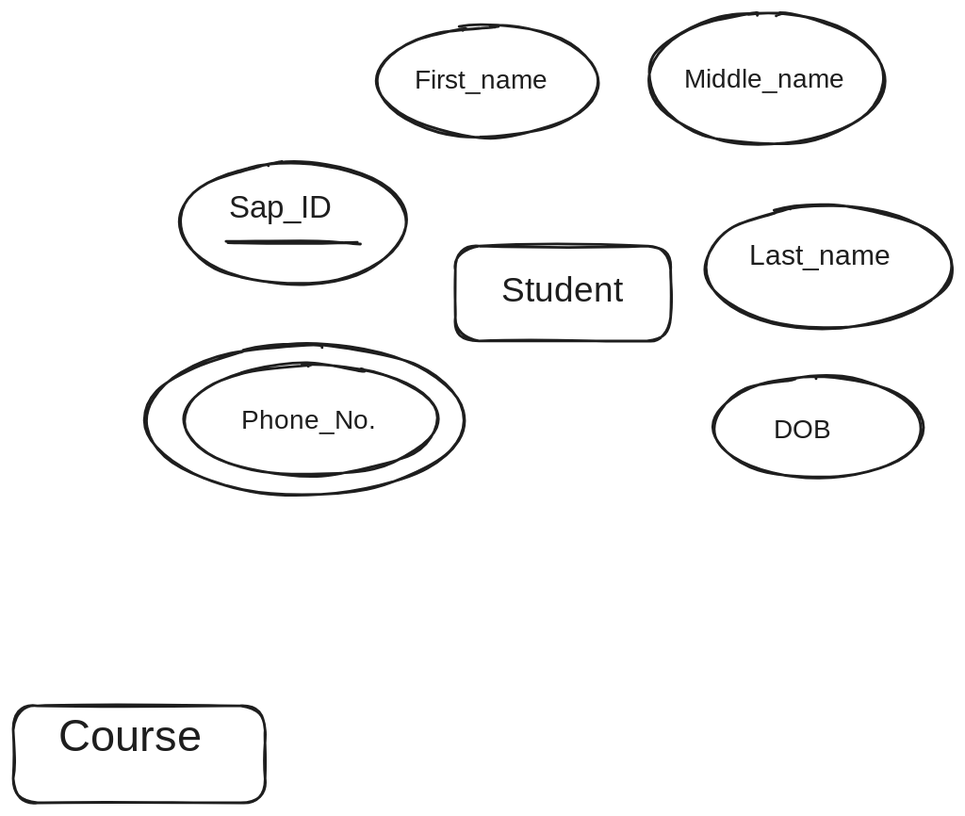
P7XCKD/NF keeps this Excalidraw diagram as Notes Factory/Semister 3/Rough Work/t1.excalidraw.svg. Above is the earlier version. Source tidied: one line per element, renumbered; positions are measured from the earlier drawing's top-left corner, leaving out a move shared by most shapes.
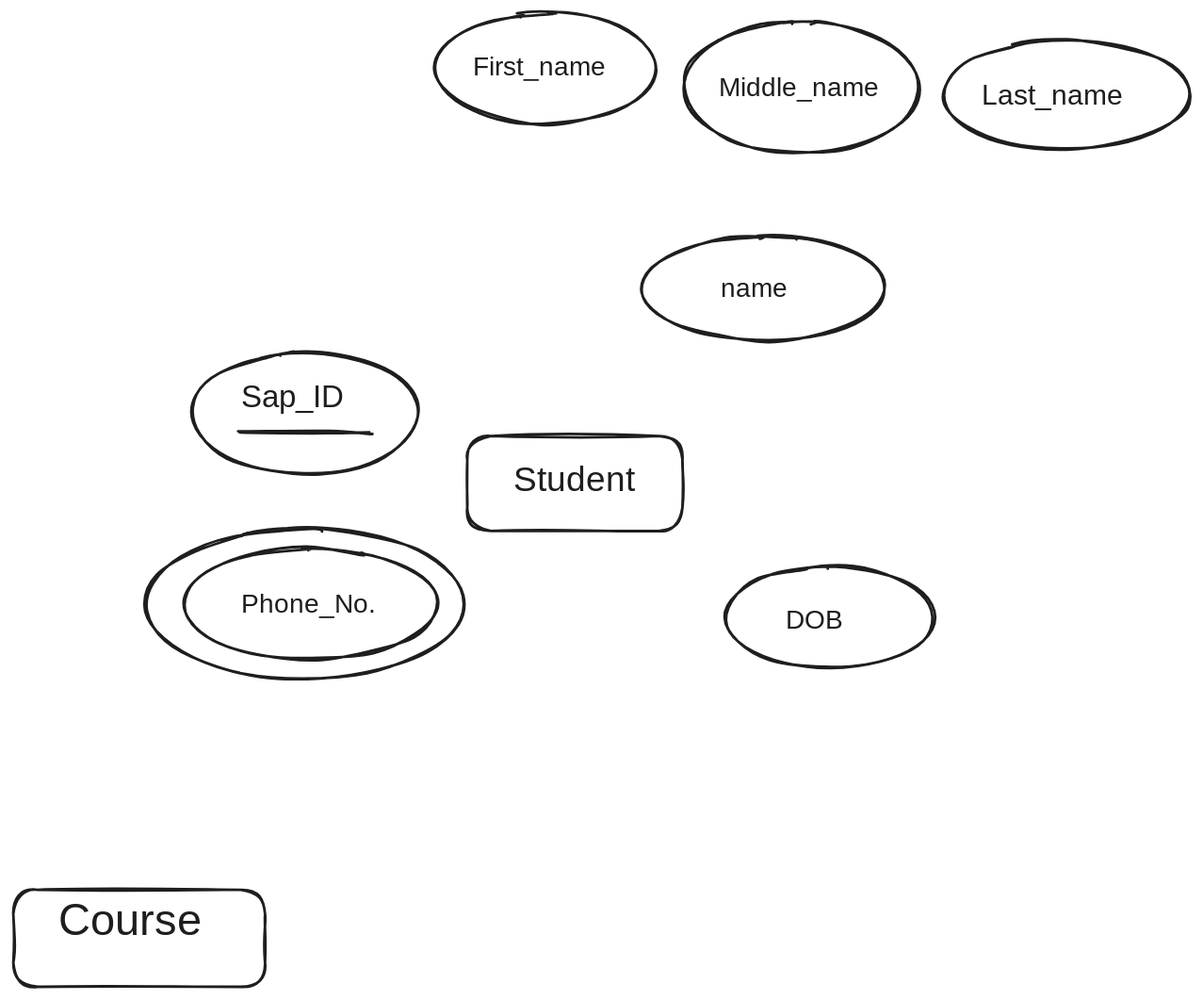
The same file after the commit.

What changed in the source:
```diff
@@ -1,18 +1,20 @@
 {"id": 0, "type": "rectangle", "strokeColor": "#1e1e1e", "strokeWidth": 2, "roughness": 1, "round": true, "x": 0, "y": 525, "width": 191, "height": 74}
 {"id": 1, "type": "text", "text": "Course", "strokeColor": "#1e1e1e", "strokeWidth": 2, "roughness": 1, "fontSize": 33.68, "fontFamily": 1, "x": 34, "y": 529, "width": 111, "height": 42}
-{"id": 2, "type": "rectangle", "strokeColor": "#1e1e1e", "strokeWidth": 2, "roughness": 1, "round": true, "x": 335, "y": 176, "width": 163, "height": 72}
+{"id": 2, "type": "rectangle", "strokeColor": "#1e1e1e", "strokeWidth": 2, "roughness": 1, "round": true, "x": 344, "y": 181, "width": 163, "height": 72}
-{"id": 3, "type": "text", "text": "Student", "strokeColor": "#1e1e1e", "strokeWidth": 2, "roughness": 1, "fontSize": 26.25, "fontFamily": 1, "x": 370, "y": 195, "width": 102, "height": 33}
+{"id": 3, "type": "text", "text": "Student", "strokeColor": "#1e1e1e", "strokeWidth": 2, "roughness": 1, "fontSize": 26.25, "fontFamily": 1, "x": 379, "y": 199, "width": 102, "height": 33}
-{"id": 4, "type": "ellipse", "strokeColor": "#1e1e1e", "strokeWidth": 2, "roughness": 1, "round": true, "x": 126, "y": 113, "width": 172, "height": 91}
+{"id": 4, "type": "ellipse", "strokeColor": "#1e1e1e", "strokeWidth": 2, "roughness": 1, "round": true, "x": 135, "y": 118, "width": 172, "height": 91}
-{"id": 5, "type": "text", "text": "Sap_ID", "strokeColor": "#1e1e1e", "strokeWidth": 2, "roughness": 1, "fontSize": 23.41, "fontFamily": 1, "x": 163, "y": 133, "width": 92, "height": 29}
+{"id": 5, "type": "text", "text": "Sap_ID", "strokeColor": "#1e1e1e", "strokeWidth": 2, "roughness": 1, "fontSize": 23.41, "fontFamily": 1, "x": 172, "y": 138, "width": 92, "height": 29}
-{"id": 6, "type": "line", "strokeColor": "#1e1e1e", "strokeWidth": 2, "roughness": 1, "round": true, "x": 163, "y": 174, "width": 99, "height": 0, "points": [[0, 0], [67, 0], [99, 0]]}
+{"id": 6, "type": "line", "strokeColor": "#1e1e1e", "strokeWidth": 2, "roughness": 1, "round": true, "x": 172, "y": 178, "width": 99, "height": 0, "points": [[0, 0], [67, 0], [99, 0]]}
-{"id": 7, "type": "ellipse", "strokeColor": "#1e1e1e", "strokeWidth": 2, "roughness": 1, "round": true, "x": 276, "y": 10, "width": 167, "height": 84}
+{"id": 7, "type": "ellipse", "strokeColor": "#1e1e1e", "strokeWidth": 2, "roughness": 1, "round": true, "x": 320, "y": -139, "width": 167, "height": 84}
-{"id": 8, "type": "ellipse", "strokeColor": "#1e1e1e", "strokeWidth": 2, "roughness": 1, "round": true, "x": 481, "y": 0, "width": 178, "height": 100}
+{"id": 8, "type": "ellipse", "strokeColor": "#1e1e1e", "strokeWidth": 2, "roughness": 1, "round": true, "x": 508, "y": -133, "width": 178, "height": 100}
-{"id": 9, "type": "text", "text": "First_name", "strokeColor": "#1e1e1e", "strokeWidth": 2, "roughness": 1, "fontSize": 20, "fontFamily": 1, "x": 304, "y": 40, "width": 109, "height": 25}
+{"id": 9, "type": "text", "text": "First_name", "strokeColor": "#1e1e1e", "strokeWidth": 2, "roughness": 1, "fontSize": 20, "fontFamily": 1, "x": 348, "y": -110, "width": 109, "height": 25}
-{"id": 10, "type": "ellipse", "strokeColor": "#1e1e1e", "strokeWidth": 2, "roughness": 1, "round": true, "x": 524, "y": 146, "width": 187, "height": 93}
+{"id": 10, "type": "ellipse", "strokeColor": "#1e1e1e", "strokeWidth": 2, "roughness": 1, "round": true, "x": 705, "y": -119, "width": 187, "height": 82}
-{"id": 11, "type": "text", "text": "Middle_name", "strokeColor": "#1e1e1e", "strokeWidth": 2, "roughness": 1, "fontSize": 20, "fontFamily": 1, "x": 508, "y": 39, "width": 121, "height": 25}
+{"id": 11, "type": "text", "text": "Middle_name", "strokeColor": "#1e1e1e", "strokeWidth": 2, "roughness": 1, "fontSize": 20, "fontFamily": 1, "x": 535, "y": -94, "width": 121, "height": 25}
-{"id": 12, "type": "text", "text": "Last_name", "strokeColor": "#1e1e1e", "strokeWidth": 2, "roughness": 1, "fontSize": 21.68, "fontFamily": 1, "x": 558, "y": 171, "width": 120, "height": 27}
+{"id": 12, "type": "text", "text": "Last_name", "strokeColor": "#1e1e1e", "strokeWidth": 2, "roughness": 1, "fontSize": 21.68, "fontFamily": 1, "x": 734, "y": -89, "width": 119, "height": 27}
-{"id": 13, "type": "ellipse", "strokeColor": "#1e1e1e", "strokeWidth": 2, "roughness": 1, "round": true, "x": 531, "y": 275, "width": 158, "height": 77}
+{"id": 13, "type": "ellipse", "strokeColor": "#1e1e1e", "strokeWidth": 2, "roughness": 1, "round": true, "x": 540, "y": 280, "width": 158, "height": 77}
-{"id": 14, "type": "text", "text": "DOB", "strokeColor": "#1e1e1e", "strokeWidth": 2, "roughness": 1, "fontSize": 20, "fontFamily": 1, "x": 577, "y": 305, "width": 45, "height": 25}
+{"id": 14, "type": "text", "text": "DOB", "strokeColor": "#1e1e1e", "strokeWidth": 2, "roughness": 1, "fontSize": 20, "fontFamily": 1, "x": 586, "y": 309, "width": 45, "height": 25}
 {"id": 15, "type": "ellipse", "strokeColor": "#1e1e1e", "strokeWidth": 2, "roughness": 1, "round": true, "x": 129, "y": 266, "width": 192, "height": 84}
 {"id": 16, "type": "text", "text": "Phone_No.", "strokeColor": "#1e1e1e", "strokeWidth": 2, "roughness": 1, "fontSize": 20, "fontFamily": 1, "x": 172, "y": 297, "width": 100, "height": 25}
 {"id": 17, "type": "ellipse", "strokeColor": "#1e1e1e", "strokeWidth": 2, "roughness": 1, "round": true, "x": 101, "y": 251, "width": 241, "height": 114}
+{"id": 18, "type": "ellipse", "strokeColor": "#1e1e1e", "strokeWidth": 2, "roughness": 1, "round": true, "x": 477, "y": 30, "width": 184, "height": 79}
+{"id": 19, "type": "text", "text": "name", "strokeColor": "#1e1e1e", "strokeWidth": 2, "roughness": 1, "fontSize": 20, "fontFamily": 1, "x": 536, "y": 58, "width": 46, "height": 25}
```
